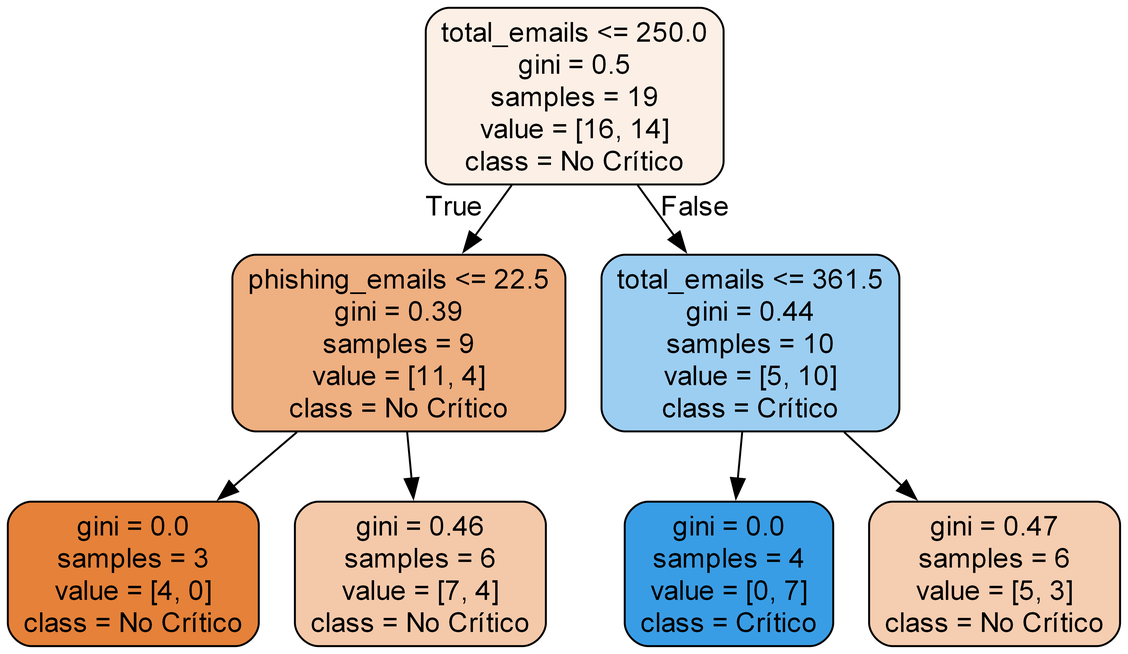
This is tree_3.png from adrianAntonP/practica2-SI, a Graphviz export, as it was before one commit. Its source is kept beside it as tree_3.dot.
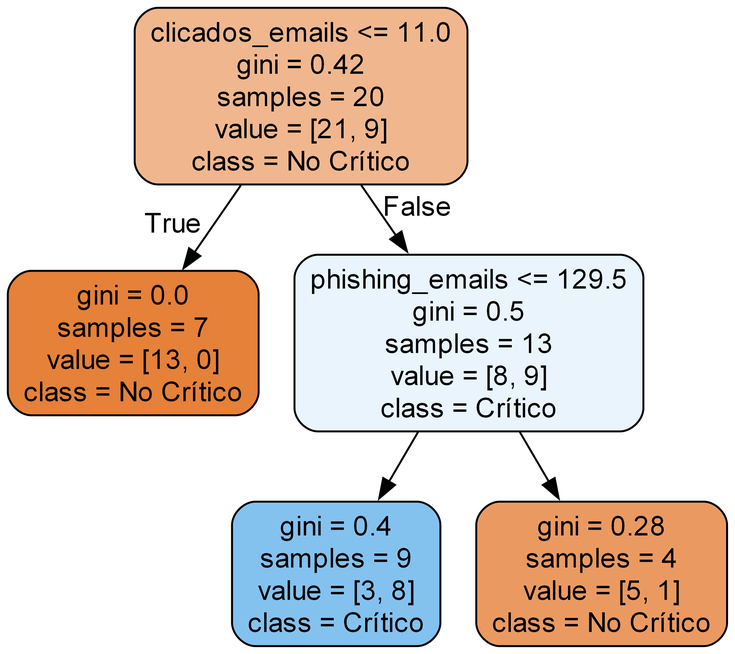
Above is the later version.

The edit, as a diff of the source:
```diff
@@ -1,17 +1,13 @@
 digraph Tree {
 node [shape=box, style="filled, rounded", color="black", fontname="helvetica"] ;
 edge [fontname="helvetica"] ;
-0 [label="total_emails <= 250.0\ngini = 0.5\nsamples = 19\nvalue = [16, 14]\nclass = No Crítico", fillcolor="#fcefe6"] ;
-1 [label="phishing_emails <= 22.5\ngini = 0.39\nsamples = 9\nvalue = [11, 4]\nclass = No Crítico", fillcolor="#eeaf81"] ;
+0 [label="clicados_emails <= 11.0\ngini = 0.42\nsamples = 20\nvalue = [21, 9]\nclass = No Crítico", fillcolor="#f0b78e"] ;
+1 [label="gini = 0.0\nsamples = 7\nvalue = [13, 0]\nclass = No Crítico", fillcolor="#e58139"] ;
 0 -> 1 [labeldistance=2.5, labelangle=45, headlabel="True"] ;
-2 [label="gini = 0.0\nsamples = 3\nvalue = [4, 0]\nclass = No Crítico", fillcolor="#e58139"] ;
-1 -> 2 ;
-3 [label="gini = 0.46\nsamples = 6\nvalue = [7, 4]\nclass = No Crítico", fillcolor="#f4c9aa"] ;
-1 -> 3 ;
-4 [label="total_emails <= 361.5\ngini = 0.44\nsamples = 10\nvalue = [5, 10]\nclass = Crítico", fillcolor="#9ccef2"] ;
-0 -> 4 [labeldistance=2.5, labelangle=-45, headlabel="False"] ;
-5 [label="gini = 0.0\nsamples = 4\nvalue = [0, 7]\nclass = Crítico", fillcolor="#399de5"] ;
-4 -> 5 ;
-6 [label="gini = 0.47\nsamples = 6\nvalue = [5, 3]\nclass = No Crítico", fillcolor="#f5cdb0"] ;
-4 -> 6 ;
+2 [label="phishing_emails <= 129.5\ngini = 0.5\nsamples = 13\nvalue = [8, 9]\nclass = Crítico", fillcolor="#e9f4fc"] ;
+0 -> 2 [labeldistance=2.5, labelangle=-45, headlabel="False"] ;
+3 [label="gini = 0.4\nsamples = 9\nvalue = [3, 8]\nclass = Crítico", fillcolor="#83c2ef"] ;
+2 -> 3 ;
+4 [label="gini = 0.28\nsamples = 4\nvalue = [5, 1]\nclass = No Crítico", fillcolor="#ea9a61"] ;
+2 -> 4 ;
 }
```
